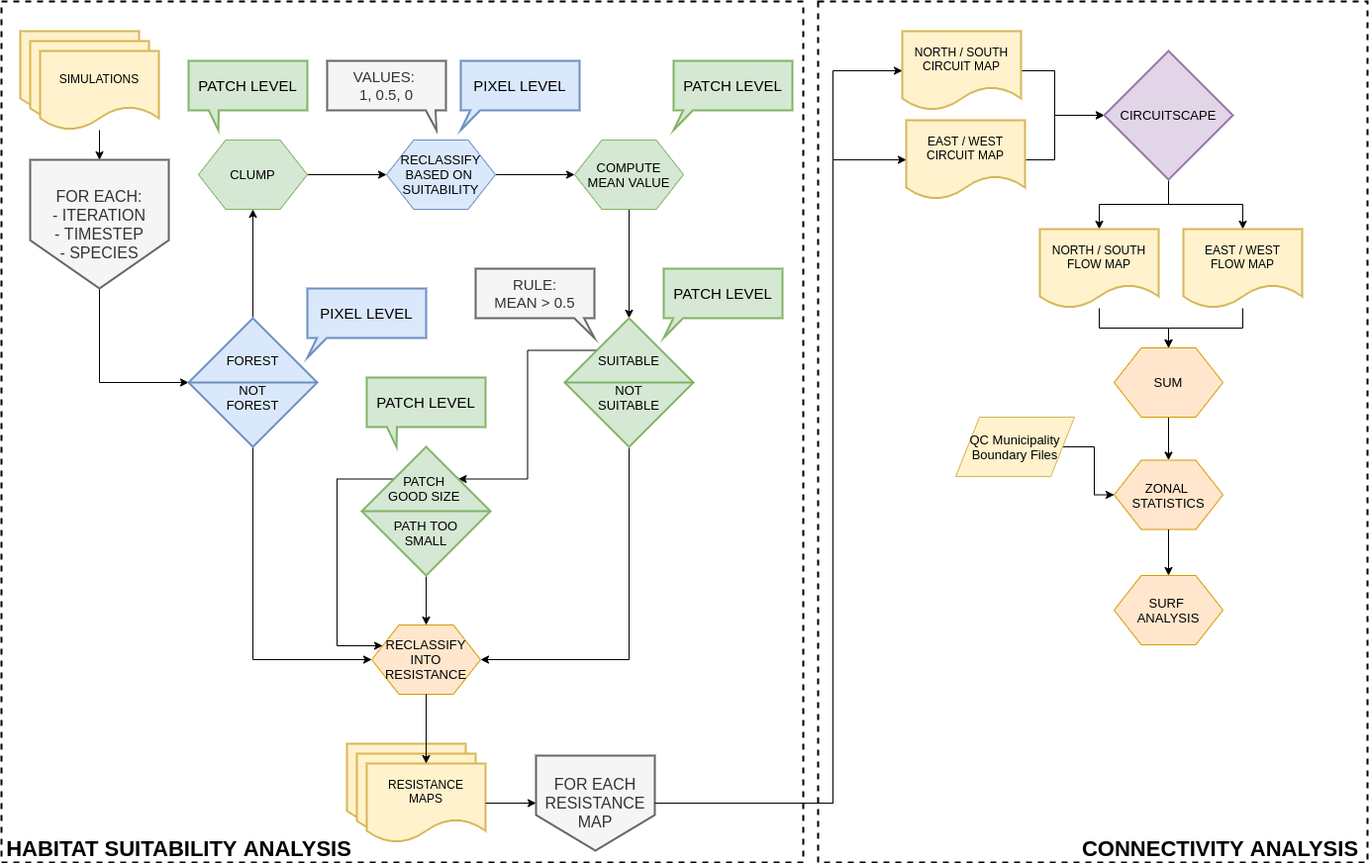
Before: thesis/figures/Chapter1_flowchart2.png, a diagram exported from draw.io (VLucet/landchange-connectivity-monteregie). Source tidied: cells renumbered, new cells last; positions are measured from the earlier drawing's top-left corner, leaving out a move shared by most shapes.
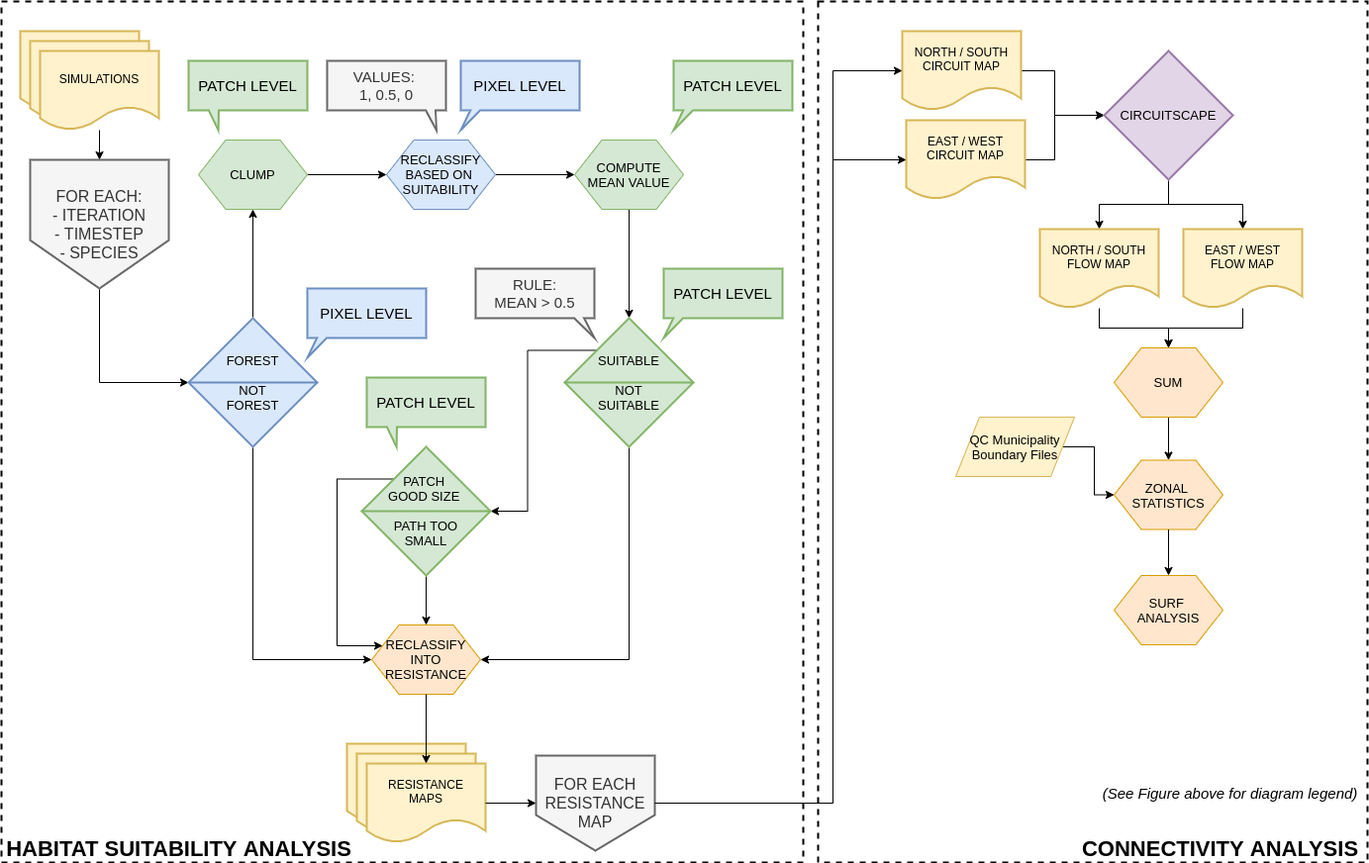
The same file after the commit.

What changed in the source:
```diff
@@ -79,7 +79,7 @@
     <mxCell id="24" value="&lt;font style=&quot;font-size: 15px&quot;&gt;PATCH LEVEL&lt;/font&gt;" style="shape=callout;whiteSpace=wrap;html=1;perimeter=calloutPerimeter;strokeWidth=2;fillColor=#d5e8d4;fontSize=13;size=20;position=0.17;base=10;position2=0.25;strokeColor=#82b366;" parent="1" vertex="1">
       <mxGeometry x="190" y="60" width="120" height="70" as="geometry" />
     </mxCell>
-    <mxCell id="25" style="edgeStyle=orthogonalEdgeStyle;rounded=0;jettySize=auto;html=1;exitX=0;exitY=0;exitDx=0;exitDy=0;entryX=1;entryY=0;entryDx=0;entryDy=0;fontSize=13;" parent="1" edge="1" source="27" target="32">
+    <mxCell id="25" style="edgeStyle=orthogonalEdgeStyle;rounded=0;jettySize=auto;html=1;exitX=0;exitY=0;exitDx=0;exitDy=0;entryX=1;entryY=0.5;entryDx=0;entryDy=0;fontSize=13;" parent="1" edge="1" source="27" target="32">
       <mxGeometry relative="1" as="geometry" />
     </mxCell>
     <mxCell id="26" style="edgeStyle=orthogonalEdgeStyle;rounded=0;jettySize=auto;html=1;entryX=1;entryY=0.5;entryDx=0;entryDy=0;fontSize=13;exitX=0.5;exitY=1;exitDx=0;exitDy=0;" parent="1" edge="1" source="27" target="19">
@@ -225,5 +225,8 @@
     <mxCell id="63" style="edgeStyle=orthogonalEdgeStyle;rounded=0;jettySize=auto;html=1;fontSize=13;exitX=0.5;exitY=1;exitDx=0;exitDy=0;" parent="1" edge="1" source="58" target="62">
       <mxGeometry relative="1" as="geometry" />
     </mxCell>
+    <mxCell id="64" value="&lt;font style=&quot;font-size: 15px&quot;&gt;&lt;i&gt;(See Figure above for diagram legend)&lt;/i&gt;&lt;/font&gt;" style="text;html=1;align=center;verticalAlign=middle;" parent="1" vertex="1">
+      <mxGeometry x="1107" y="790" width="270" height="20" as="geometry" />
+    </mxCell>
   </root>
 </mxGraphModel>
```
